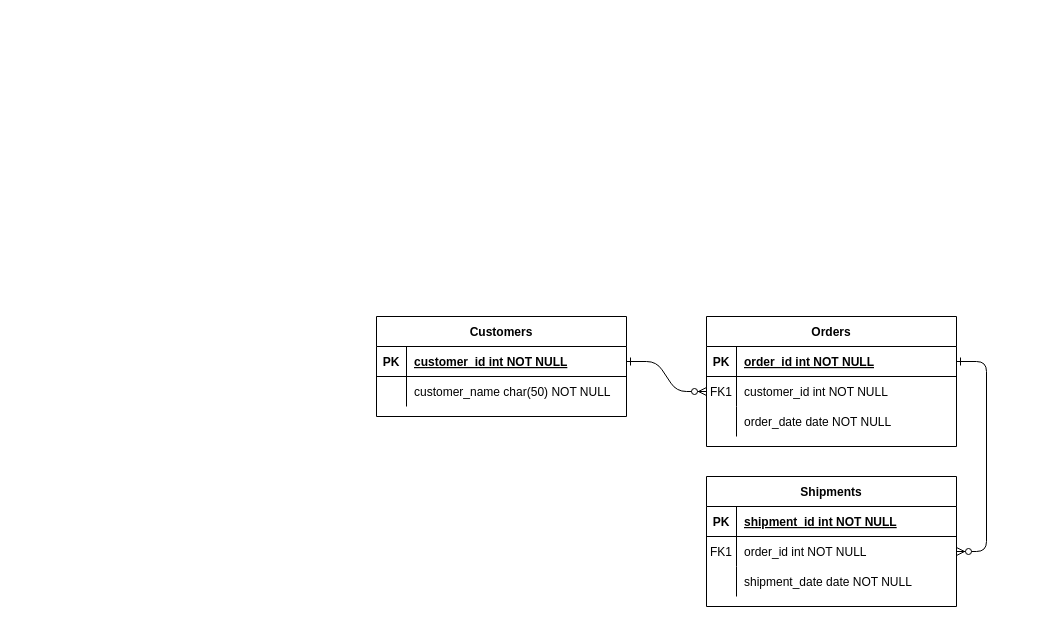
Before: Modelo relacional 6.drawio in Ash-code12/Diagramas, a draw.io diagram. Source tidied: cells renumbered, new cells numbered last; positions are measured from the earlier drawing's top-left corner, leaving out a move shared by most shapes. Both pictures are drawn from the tidied source at 100%, with x=0, y=0 at pixel (376, 316).
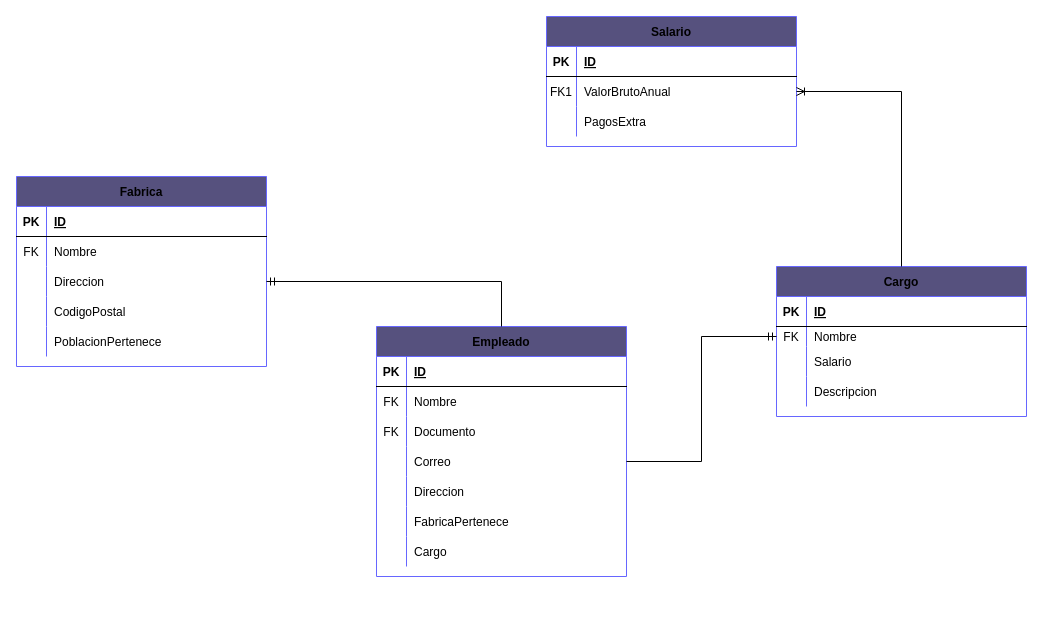
After the change.

What changed in the source:
```diff
@@
-    <mxCell id="2" style="edgeStyle=entityRelationEdgeStyle;endArrow=ERzeroToMany;startArrow=ERone;endFill=1;startFill=0;" parent="1" edge="1" source="25" target="8">
-      <mxGeometry relative="1" as="geometry" />
-    </mxCell>
-    <mxCell id="3" style="edgeStyle=entityRelationEdgeStyle;endArrow=ERzeroToMany;startArrow=ERone;endFill=1;startFill=0;" parent="1" edge="1" source="5" target="18">
-      <mxGeometry relative="1" as="geometry" />
-    </mxCell>
-    <mxCell id="4" value="Orders" style="shape=table;startSize=30;childLayout=tableLayout;rowLines=0;fontStyle=1;align=center;" parent="1" vertex="1">
-      <mxGeometry x="330" width="250" height="130" as="geometry" />
+    <mxCell id="4" value="Cargo" style="shape=table;startSize=30;childLayout=tableLayout;rowLines=0;fontStyle=1;align=center;labelBackgroundColor=none;fillColor=#56517E;strokeColor=#6666FF;" parent="1" vertex="1">
+      <mxGeometry x="400" y="-50" width="250" height="150" as="geometry" />
     </mxCell>
-    <mxCell id="5" style="shape=partialRectangle;fillColor=none;points=[[0,0.5],[1,0.5]];portConstraint=eastwest;top=0;left=0;right=0;bottom=1;" parent="4" vertex="1">
+    <mxCell id="5" style="shape=partialRectangle;fillColor=none;points=[[0,0.5],[1,0.5]];portConstraint=eastwest;top=0;left=0;right=0;bottom=1;labelBackgroundColor=none;" parent="4" vertex="1">
       <mxGeometry y="30" width="250" height="30" as="geometry" />
     </mxCell>
-    <mxCell id="6" value="PK" style="shape=partialRectangle;overflow=hidden;fillColor=none;top=0;left=0;bottom=0;right=0;fontStyle=1;" parent="5" vertex="1">
+    <mxCell id="6" value="PK" style="shape=partialRectangle;overflow=hidden;fillColor=none;top=0;left=0;bottom=0;right=0;fontStyle=1;labelBackgroundColor=none;" parent="5" vertex="1">
       <mxGeometry width="30" height="30" as="geometry" />
     </mxCell>
-    <mxCell id="7" value="order_id int NOT NULL " style="shape=partialRectangle;overflow=hidden;fillColor=none;top=0;left=0;bottom=0;right=0;align=left;spacingLeft=6;fontStyle=5;" parent="5" vertex="1">
+    <mxCell id="7" value="ID" style="shape=partialRectangle;overflow=hidden;fillColor=none;top=0;left=0;bottom=0;right=0;align=left;spacingLeft=6;fontStyle=5;labelBackgroundColor=none;" parent="5" vertex="1">
       <mxGeometry x="30" width="220" height="30" as="geometry" />
     </mxCell>
-    <mxCell id="8" style="shape=partialRectangle;fillColor=none;points=[[0,0.5],[1,0.5]];portConstraint=eastwest;top=0;left=0;right=0;bottom=0;" parent="4" vertex="1">
-      <mxGeometry y="60" width="250" height="30" as="geometry" />
+    <mxCell id="8" style="shape=partialRectangle;fillColor=none;points=[[0,0.5],[1,0.5]];portConstraint=eastwest;top=0;left=0;right=0;bottom=0;labelBackgroundColor=none;" parent="4" vertex="1">
+      <mxGeometry y="60" width="250" height="20" as="geometry" />
     </mxCell>
-    <mxCell id="9" value="FK1" style="shape=partialRectangle;overflow=hidden;fillColor=none;top=0;left=0;bottom=0;right=0;" parent="8" vertex="1">
-      <mxGeometry width="30" height="30" as="geometry" />
+    <mxCell id="9" value="FK" style="shape=partialRectangle;overflow=hidden;fillColor=none;top=0;left=0;bottom=0;right=0;labelBackgroundColor=none;" parent="8" vertex="1">
+      <mxGeometry width="30" height="20" as="geometry" />
     </mxCell>
-    <mxCell id="10" value="customer_id int NOT NULL" style="shape=partialRectangle;overflow=hidden;fillColor=none;top=0;left=0;bottom=0;right=0;align=left;spacingLeft=6;" parent="8" vertex="1">
-      <mxGeometry x="30" width="220" height="30" as="geometry" />
+    <mxCell id="10" value="Nombre" style="shape=partialRectangle;overflow=hidden;fillColor=none;top=0;left=0;bottom=0;right=0;align=left;spacingLeft=6;labelBackgroundColor=none;" parent="8" vertex="1">
+      <mxGeometry x="30" width="220" height="20" as="geometry" />
     </mxCell>
+    <mxCell id="31" style="shape=partialRectangle;fillColor=none;top=0;left=0;right=0;bottom=0;labelBackgroundColor=none;" parent="4" vertex="1">
+      <mxGeometry y="80" width="250" height="30" as="geometry" />
+    </mxCell>
+    <mxCell id="32" style="shape=partialRectangle;overflow=hidden;fillColor=none;top=0;left=0;bottom=0;right=0;labelBackgroundColor=none;" parent="31" vertex="1">
+      <mxGeometry width="30" height="30" as="geometry" />
+    </mxCell>
+    <mxCell id="33" value="Salario" style="shape=partialRectangle;overflow=hidden;fillColor=none;top=0;left=0;bottom=0;right=0;align=left;spacingLeft=6;labelBackgroundColor=none;strokeColor=#6666FF;" parent="31" vertex="1">
+      <mxGeometry x="30" width="220" height="30" as="geometry" />
+    </mxCell>
-    <mxCell id="11" style="shape=partialRectangle;fillColor=none;top=0;left=0;right=0;bottom=0;" parent="4" vertex="1">
-      <mxGeometry y="90" width="250" height="30" as="geometry" />
+    <mxCell id="11" style="shape=partialRectangle;fillColor=none;top=0;left=0;right=0;bottom=0;labelBackgroundColor=none;" parent="4" vertex="1">
+      <mxGeometry y="110" width="250" height="30" as="geometry" />
     </mxCell>
-    <mxCell id="12" style="shape=partialRectangle;overflow=hidden;fillColor=none;top=0;left=0;bottom=0;right=0;" parent="11" vertex="1">
+    <mxCell id="12" style="shape=partialRectangle;overflow=hidden;fillColor=none;top=0;left=0;bottom=0;right=0;labelBackgroundColor=none;" parent="11" vertex="1">
       <mxGeometry width="30" height="30" as="geometry" />
     </mxCell>
-    <mxCell id="13" value="order_date date NOT NULL" style="shape=partialRectangle;overflow=hidden;fillColor=none;top=0;left=0;bottom=0;right=0;align=left;spacingLeft=6;" parent="11" vertex="1">
+    <mxCell id="13" value="Descripcion" style="shape=partialRectangle;overflow=hidden;fillColor=none;top=0;left=0;bottom=0;right=0;align=left;spacingLeft=6;labelBackgroundColor=none;" parent="11" vertex="1">
       <mxGeometry x="30" width="220" height="30" as="geometry" />
     </mxCell>
-    <mxCell id="14" value="Shipments" style="shape=table;startSize=30;childLayout=tableLayout;rowLines=0;fontStyle=1;align=center;" parent="1" vertex="1">
-      <mxGeometry x="330" y="160" width="250" height="130" as="geometry" />
+    <mxCell id="14" value="Fabrica" style="shape=table;startSize=30;childLayout=tableLayout;rowLines=0;fontStyle=1;align=center;labelBackgroundColor=none;fillColor=#56517E;strokeColor=#6666FF;" parent="1" vertex="1">
+      <mxGeometry x="-360" y="-140" width="250" height="190" as="geometry" />
     </mxCell>
-    <mxCell id="15" style="shape=partialRectangle;fillColor=none;top=0;left=0;right=0;bottom=1;" parent="14" vertex="1">
+    <mxCell id="15" style="shape=partialRectangle;fillColor=none;top=0;left=0;right=0;bottom=1;labelBackgroundColor=none;" parent="14" vertex="1">
       <mxGeometry y="30" width="250" height="30" as="geometry" />
     </mxCell>
-    <mxCell id="16" value="PK" style="shape=partialRectangle;overflow=hidden;fillColor=none;top=0;left=0;bottom=0;right=0;fontStyle=1;" parent="15" vertex="1">
+    <mxCell id="16" value="PK" style="shape=partialRectangle;overflow=hidden;fillColor=none;top=0;left=0;bottom=0;right=0;fontStyle=1;labelBackgroundColor=none;" parent="15" vertex="1">
       <mxGeometry width="30" height="30" as="geometry" />
     </mxCell>
-    <mxCell id="17" value="shipment_id int NOT NULL " style="shape=partialRectangle;overflow=hidden;fillColor=none;top=0;left=0;bottom=0;right=0;align=left;spacingLeft=6;fontStyle=5;" parent="15" vertex="1">
+    <mxCell id="17" value="ID" style="shape=partialRectangle;overflow=hidden;fillColor=none;top=0;left=0;bottom=0;right=0;align=left;spacingLeft=6;fontStyle=5;labelBackgroundColor=none;" parent="15" vertex="1">
       <mxGeometry x="30" width="220" height="30" as="geometry" />
     </mxCell>
-    <mxCell id="18" style="shape=partialRectangle;fillColor=none;points=[[0,0.5],[1,0.5]];portConstraint=eastwest;top=0;left=0;right=0;bottom=0;" parent="14" vertex="1">
+    <mxCell id="18" style="shape=partialRectangle;fillColor=none;points=[[0,0.5],[1,0.5]];portConstraint=eastwest;top=0;left=0;right=0;bottom=0;labelBackgroundColor=none;" parent="14" vertex="1">
       <mxGeometry y="60" width="250" height="30" as="geometry" />
     </mxCell>
-    <mxCell id="19" value="FK1" style="shape=partialRectangle;overflow=hidden;fillColor=none;top=0;left=0;bottom=0;right=0;" parent="18" vertex="1">
+    <mxCell id="19" value="FK" style="shape=partialRectangle;overflow=hidden;fillColor=none;top=0;left=0;bottom=0;right=0;labelBackgroundColor=none;" parent="18" vertex="1">
       <mxGeometry width="30" height="30" as="geometry" />
     </mxCell>
-    <mxCell id="20" value="order_id int NOT NULL" style="shape=partialRectangle;overflow=hidden;fillColor=none;top=0;left=0;bottom=0;right=0;align=left;spacingLeft=6;" parent="18" vertex="1">
+    <mxCell id="20" value="Nombre" style="shape=partialRectangle;overflow=hidden;fillColor=none;top=0;left=0;bottom=0;right=0;align=left;spacingLeft=6;labelBackgroundColor=none;" parent="18" vertex="1">
       <mxGeometry x="30" width="220" height="30" as="geometry" />
     </mxCell>
+    <mxCell id="34" style="shape=partialRectangle;fillColor=none;points=[[0,0.5],[1,0.5]];portConstraint=eastwest;top=0;left=0;right=0;bottom=0;labelBackgroundColor=none;" parent="14" vertex="1">
+      <mxGeometry y="90" width="250" height="30" as="geometry" />
+    </mxCell>
+    <mxCell id="35" style="shape=partialRectangle;overflow=hidden;fillColor=none;top=0;left=0;bottom=0;right=0;labelBackgroundColor=none;" parent="34" vertex="1">
+      <mxGeometry width="30" height="30" as="geometry" />
+    </mxCell>
+    <mxCell id="36" value="Direccion" style="shape=partialRectangle;overflow=hidden;fillColor=none;top=0;left=0;bottom=0;right=0;align=left;spacingLeft=6;labelBackgroundColor=none;" parent="34" vertex="1">
+      <mxGeometry x="30" width="220" height="30" as="geometry" />
+    </mxCell>
+    <mxCell id="37" style="shape=partialRectangle;fillColor=none;top=0;left=0;right=0;bottom=0;labelBackgroundColor=none;" parent="14" vertex="1">
+      <mxGeometry y="120" width="250" height="30" as="geometry" />
+    </mxCell>
+    <mxCell id="38" style="shape=partialRectangle;overflow=hidden;fillColor=none;top=0;left=0;bottom=0;right=0;labelBackgroundColor=none;" parent="37" vertex="1">
+      <mxGeometry width="30" height="30" as="geometry" />
+    </mxCell>
+    <mxCell id="39" value="CodigoPostal" style="shape=partialRectangle;overflow=hidden;fillColor=none;top=0;left=0;bottom=0;right=0;align=left;spacingLeft=6;labelBackgroundColor=none;" parent="37" vertex="1">
+      <mxGeometry x="30" width="220" height="30" as="geometry" />
+    </mxCell>
-    <mxCell id="21" style="shape=partialRectangle;fillColor=none;top=0;left=0;right=0;bottom=0;" parent="14" vertex="1">
-      <mxGeometry y="90" width="250" height="30" as="geometry" />
+    <mxCell id="21" style="shape=partialRectangle;fillColor=none;top=0;left=0;right=0;bottom=0;labelBackgroundColor=none;" parent="14" vertex="1">
+      <mxGeometry y="150" width="250" height="30" as="geometry" />
     </mxCell>
-    <mxCell id="22" style="shape=partialRectangle;overflow=hidden;fillColor=none;top=0;left=0;bottom=0;right=0;" parent="21" vertex="1">
+    <mxCell id="22" style="shape=partialRectangle;overflow=hidden;fillColor=none;top=0;left=0;bottom=0;right=0;labelBackgroundColor=none;" parent="21" vertex="1">
       <mxGeometry width="30" height="30" as="geometry" />
     </mxCell>
-    <mxCell id="23" value="shipment_date date NOT NULL" style="shape=partialRectangle;overflow=hidden;fillColor=none;top=0;left=0;bottom=0;right=0;align=left;spacingLeft=6;" parent="21" vertex="1">
+    <mxCell id="23" value="PoblacionPertenece" style="shape=partialRectangle;overflow=hidden;fillColor=none;top=0;left=0;bottom=0;right=0;align=left;spacingLeft=6;labelBackgroundColor=none;" parent="21" vertex="1">
       <mxGeometry x="30" width="220" height="30" as="geometry" />
     </mxCell>
-    <mxCell id="24" value="Customers" style="shape=table;startSize=30;childLayout=tableLayout;rowLines=0;fontStyle=1;align=center;" parent="1" vertex="1">
-      <mxGeometry width="250" height="100" as="geometry" />
+    <mxCell id="24" value="Empleado" style="shape=table;startSize=30;childLayout=tableLayout;rowLines=0;fontStyle=1;align=center;labelBackgroundColor=none;fillColor=#56517E;strokeColor=#6666FF;" parent="1" vertex="1">
+      <mxGeometry y="10" width="250" height="250" as="geometry" />
     </mxCell>
-    <mxCell id="25" style="shape=partialRectangle;fillColor=none;points=[[0,0.5],[1,0.5]];portConstraint=eastwest;top=0;left=0;right=0;bottom=1;" parent="24" vertex="1">
+    <mxCell id="25" style="shape=partialRectangle;fillColor=none;points=[[0,0.5],[1,0.5]];portConstraint=eastwest;top=0;left=0;right=0;bottom=1;labelBackgroundColor=none;" parent="24" vertex="1">
       <mxGeometry y="30" width="250" height="30" as="geometry" />
     </mxCell>
-    <mxCell id="26" value="PK" style="shape=partialRectangle;overflow=hidden;fillColor=none;top=0;left=0;bottom=0;right=0;fontStyle=1;" parent="25" vertex="1">
+    <mxCell id="26" value="PK" style="shape=partialRectangle;overflow=hidden;fillColor=none;top=0;left=0;bottom=0;right=0;fontStyle=1;labelBackgroundColor=none;" parent="25" vertex="1">
       <mxGeometry width="30" height="30" as="geometry" />
     </mxCell>
-    <mxCell id="27" value="customer_id int NOT NULL " style="shape=partialRectangle;overflow=hidden;fillColor=none;top=0;left=0;bottom=0;right=0;align=left;spacingLeft=6;fontStyle=5;" parent="25" vertex="1">
+    <mxCell id="27" value="ID" style="shape=partialRectangle;overflow=hidden;fillColor=none;top=0;left=0;bottom=0;right=0;align=left;spacingLeft=6;fontStyle=5;labelBackgroundColor=none;" parent="25" vertex="1">
       <mxGeometry x="30" width="220" height="30" as="geometry" />
     </mxCell>
+    <mxCell id="40" style="shape=partialRectangle;fillColor=none;top=0;left=0;right=0;bottom=0;labelBackgroundColor=none;" parent="24" vertex="1">
+      <mxGeometry y="60" width="250" height="30" as="geometry" />
+    </mxCell>
+    <mxCell id="41" value="FK" style="shape=partialRectangle;overflow=hidden;fillColor=none;top=0;left=0;bottom=0;right=0;labelBackgroundColor=none;" parent="40" vertex="1">
+      <mxGeometry width="30" height="30" as="geometry" />
+    </mxCell>
+    <mxCell id="42" value="Nombre" style="shape=partialRectangle;overflow=hidden;fillColor=none;top=0;left=0;bottom=0;right=0;align=left;spacingLeft=6;labelBackgroundColor=none;" parent="40" vertex="1">
+      <mxGeometry x="30" width="220" height="30" as="geometry" />
+    </mxCell>
+    <mxCell id="43" style="shape=partialRectangle;fillColor=none;top=0;left=0;right=0;bottom=0;labelBackgroundColor=none;" parent="24" vertex="1">
+      <mxGeometry y="90" width="250" height="30" as="geometry" />
+    </mxCell>
+    <mxCell id="44" value="FK" style="shape=partialRectangle;overflow=hidden;fillColor=none;top=0;left=0;bottom=0;right=0;labelBackgroundColor=none;" parent="43" vertex="1">
+      <mxGeometry width="30" height="30" as="geometry" />
+    </mxCell>
+    <mxCell id="45" value="Documento" style="shape=partialRectangle;overflow=hidden;fillColor=none;top=0;left=0;bottom=0;right=0;align=left;spacingLeft=6;labelBackgroundColor=none;" parent="43" vertex="1">
+      <mxGeometry x="30" width="220" height="30" as="geometry" />
+    </mxCell>
+    <mxCell id="46" style="shape=partialRectangle;fillColor=none;points=[[0,0.5],[1,0.5]];portConstraint=eastwest;top=0;left=0;right=0;bottom=0;labelBackgroundColor=none;" parent="24" vertex="1">
+      <mxGeometry y="120" width="250" height="30" as="geometry" />
+    </mxCell>
+    <mxCell id="47" style="shape=partialRectangle;overflow=hidden;fillColor=none;top=0;left=0;bottom=0;right=0;labelBackgroundColor=none;" parent="46" vertex="1">
+      <mxGeometry width="30" height="30" as="geometry" />
+    </mxCell>
+    <mxCell id="48" value="Correo" style="shape=partialRectangle;overflow=hidden;fillColor=none;top=0;left=0;bottom=0;right=0;align=left;spacingLeft=6;labelBackgroundColor=none;" parent="46" vertex="1">
+      <mxGeometry x="30" width="220" height="30" as="geometry" />
+    </mxCell>
+    <mxCell id="49" style="shape=partialRectangle;fillColor=none;top=0;left=0;right=0;bottom=0;labelBackgroundColor=none;" parent="24" vertex="1">
+      <mxGeometry y="150" width="250" height="30" as="geometry" />
+    </mxCell>
+    <mxCell id="50" style="shape=partialRectangle;overflow=hidden;fillColor=none;top=0;left=0;bottom=0;right=0;labelBackgroundColor=none;" parent="49" vertex="1">
+      <mxGeometry width="30" height="30" as="geometry" />
+    </mxCell>
+    <mxCell id="51" value="Direccion" style="shape=partialRectangle;overflow=hidden;fillColor=none;top=0;left=0;bottom=0;right=0;align=left;spacingLeft=6;labelBackgroundColor=none;" parent="49" vertex="1">
+      <mxGeometry x="30" width="220" height="30" as="geometry" />
+    </mxCell>
+    <mxCell id="52" style="shape=partialRectangle;fillColor=none;top=0;left=0;right=0;bottom=0;labelBackgroundColor=none;" parent="24" vertex="1">
+      <mxGeometry y="180" width="250" height="30" as="geometry" />
+    </mxCell>
+    <mxCell id="53" style="shape=partialRectangle;overflow=hidden;fillColor=none;top=0;left=0;bottom=0;right=0;labelBackgroundColor=none;" parent="52" vertex="1">
+      <mxGeometry width="30" height="30" as="geometry" />
+    </mxCell>
+    <mxCell id="54" value="FabricaPertenece" style="shape=partialRectangle;overflow=hidden;fillColor=none;top=0;left=0;bottom=0;right=0;align=left;spacingLeft=6;labelBackgroundColor=none;" parent="52" vertex="1">
+      <mxGeometry x="30" width="220" height="30" as="geometry" />
+    </mxCell>
-    <mxCell id="28" style="shape=partialRectangle;fillColor=none;top=0;left=0;right=0;bottom=0;" parent="24" vertex="1">
-      <mxGeometry y="60" width="250" height="30" as="geometry" />
+    <mxCell id="28" style="shape=partialRectangle;fillColor=none;top=0;left=0;right=0;bottom=0;labelBackgroundColor=none;" parent="24" vertex="1">
+      <mxGeometry y="210" width="250" height="30" as="geometry" />
     </mxCell>
-    <mxCell id="29" style="shape=partialRectangle;overflow=hidden;fillColor=none;top=0;left=0;bottom=0;right=0;" parent="28" vertex="1">
+    <mxCell id="29" style="shape=partialRectangle;overflow=hidden;fillColor=none;top=0;left=0;bottom=0;right=0;labelBackgroundColor=none;" parent="28" vertex="1">
       <mxGeometry width="30" height="30" as="geometry" />
     </mxCell>
-    <mxCell id="30" value="customer_name char(50) NOT NULL" style="shape=partialRectangle;overflow=hidden;fillColor=none;top=0;left=0;bottom=0;right=0;align=left;spacingLeft=6;" parent="28" vertex="1">
+    <mxCell id="30" value="Cargo" style="shape=partialRectangle;overflow=hidden;fillColor=none;top=0;left=0;bottom=0;right=0;align=left;spacingLeft=6;labelBackgroundColor=none;" parent="28" vertex="1">
       <mxGeometry x="30" width="220" height="30" as="geometry" />
     </mxCell>
+    <mxCell id="55" value="Salario" style="shape=table;startSize=30;childLayout=tableLayout;rowLines=0;fontStyle=1;align=center;labelBackgroundColor=none;fillColor=#56517E;strokeColor=#6666FF;" parent="1" vertex="1">
+      <mxGeometry x="170" y="-300" width="250" height="130" as="geometry" />
+    </mxCell>
+    <mxCell id="56" style="shape=partialRectangle;fillColor=none;top=0;left=0;right=0;bottom=1;labelBackgroundColor=none;" parent="55" vertex="1">
+      <mxGeometry y="30" width="250" height="30" as="geometry" />
+    </mxCell>
+    <mxCell id="57" value="PK" style="shape=partialRectangle;overflow=hidden;fillColor=none;top=0;left=0;bottom=0;right=0;fontStyle=1;labelBackgroundColor=none;" parent="56" vertex="1">
+      <mxGeometry width="30" height="30" as="geometry" />
+    </mxCell>
+    <mxCell id="58" value="ID" style="shape=partialRectangle;overflow=hidden;fillColor=none;top=0;left=0;bottom=0;right=0;align=left;spacingLeft=6;fontStyle=5;labelBackgroundColor=none;" parent="56" vertex="1">
+      <mxGeometry x="30" width="220" height="30" as="geometry" />
+    </mxCell>
+    <mxCell id="59" style="shape=partialRectangle;fillColor=none;points=[[0,0.5],[1,0.5]];portConstraint=eastwest;top=0;left=0;right=0;bottom=0;labelBackgroundColor=none;" parent="55" vertex="1">
+      <mxGeometry y="60" width="250" height="30" as="geometry" />
+    </mxCell>
+    <mxCell id="60" value="FK1" style="shape=partialRectangle;overflow=hidden;fillColor=none;top=0;left=0;bottom=0;right=0;labelBackgroundColor=none;" parent="59" vertex="1">
+      <mxGeometry width="30" height="30" as="geometry" />
+    </mxCell>
+    <mxCell id="61" value="ValorBrutoAnual" style="shape=partialRectangle;overflow=hidden;fillColor=none;top=0;left=0;bottom=0;right=0;align=left;spacingLeft=6;labelBackgroundColor=none;" parent="59" vertex="1">
+      <mxGeometry x="30" width="220" height="30" as="geometry" />
+    </mxCell>
+    <mxCell id="62" style="shape=partialRectangle;fillColor=none;top=0;left=0;right=0;bottom=0;labelBackgroundColor=none;" parent="55" vertex="1">
+      <mxGeometry y="90" width="250" height="30" as="geometry" />
+    </mxCell>
+    <mxCell id="63" style="shape=partialRectangle;overflow=hidden;fillColor=none;top=0;left=0;bottom=0;right=0;labelBackgroundColor=none;" parent="62" vertex="1">
+      <mxGeometry width="30" height="30" as="geometry" />
+    </mxCell>
+    <mxCell id="64" value="PagosExtra" style="shape=partialRectangle;overflow=hidden;fillColor=none;top=0;left=0;bottom=0;right=0;align=left;spacingLeft=6;labelBackgroundColor=none;" parent="62" vertex="1">
+      <mxGeometry x="30" width="220" height="30" as="geometry" />
+    </mxCell>
+    <mxCell id="65" style="edgeStyle=orthogonalEdgeStyle;fontSize=12;html=1;endArrow=ERmandOne;rounded=0;entryX=0;entryY=0.5;entryDx=0;entryDy=0;exitX=1;exitY=0.5;exitDx=0;exitDy=0;labelBackgroundColor=none;fontColor=default;" parent="1" edge="1" source="46" target="8">
+      <mxGeometry relative="1" as="geometry" />
+    </mxCell>
+    <mxCell id="66" style="edgeStyle=orthogonalEdgeStyle;fontSize=12;html=1;endArrow=ERoneToMany;rounded=0;entryX=1;entryY=0.5;entryDx=0;entryDy=0;exitX=0.5;exitY=0;exitDx=0;exitDy=0;labelBackgroundColor=none;fontColor=default;" parent="1" edge="1" source="4" target="59">
+      <mxGeometry relative="1" as="geometry" />
+    </mxCell>
+    <mxCell id="67" style="edgeStyle=orthogonalEdgeStyle;fontSize=12;html=1;endArrow=ERmandOne;rounded=0;entryX=1;entryY=0.5;entryDx=0;entryDy=0;exitX=0.5;exitY=0;exitDx=0;exitDy=0;labelBackgroundColor=none;fontColor=default;" parent="1" edge="1" source="24" target="34">
+      <mxGeometry relative="1" as="geometry" />
+    </mxCell>
```
